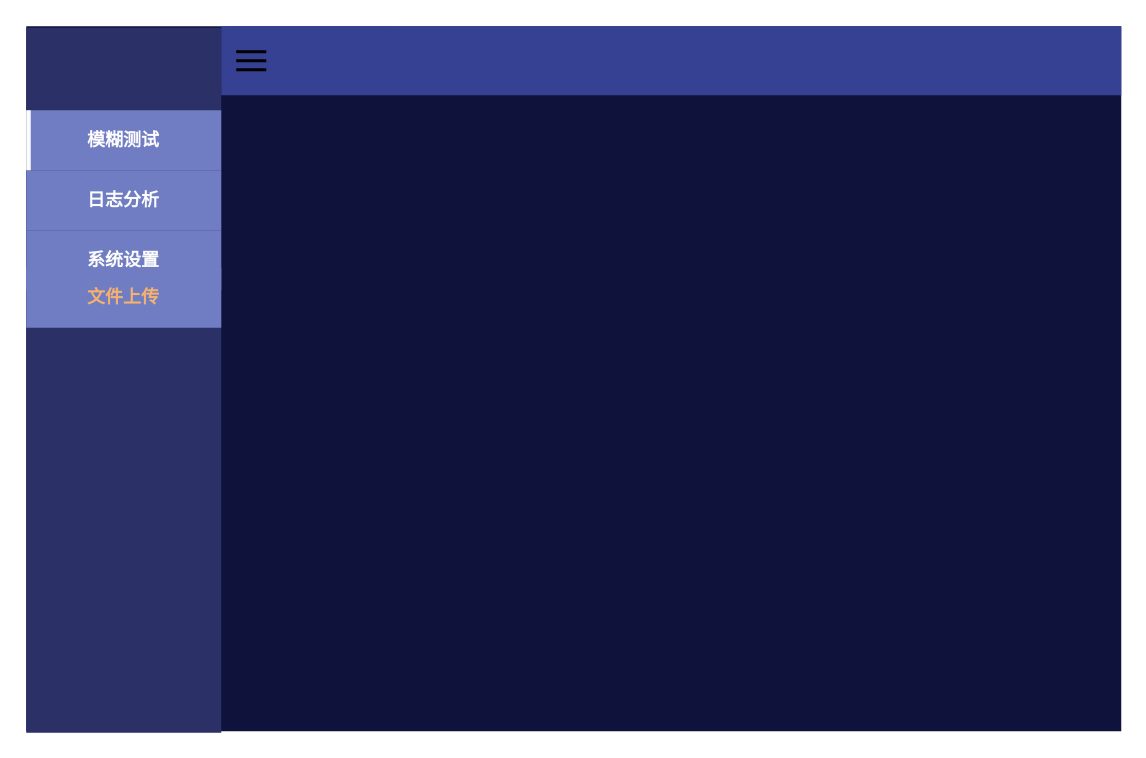
maoqifan1/drawio keeps this draw.io diagram as page "Page-5" (5 of 5) of src/Untitled Diagram.drawio. Above is the earlier version. Source tidied: cells renumbered, new cells numbered last; positions are measured from the earlier drawing's top-left corner, leaving out a move shared by most shapes. Both pictures are drawn from the tidied source at 150%, with x=0, y=0 at pixel (26, 26). Pictures stored in the file or linked from it are replaced by grey dashed boxes.
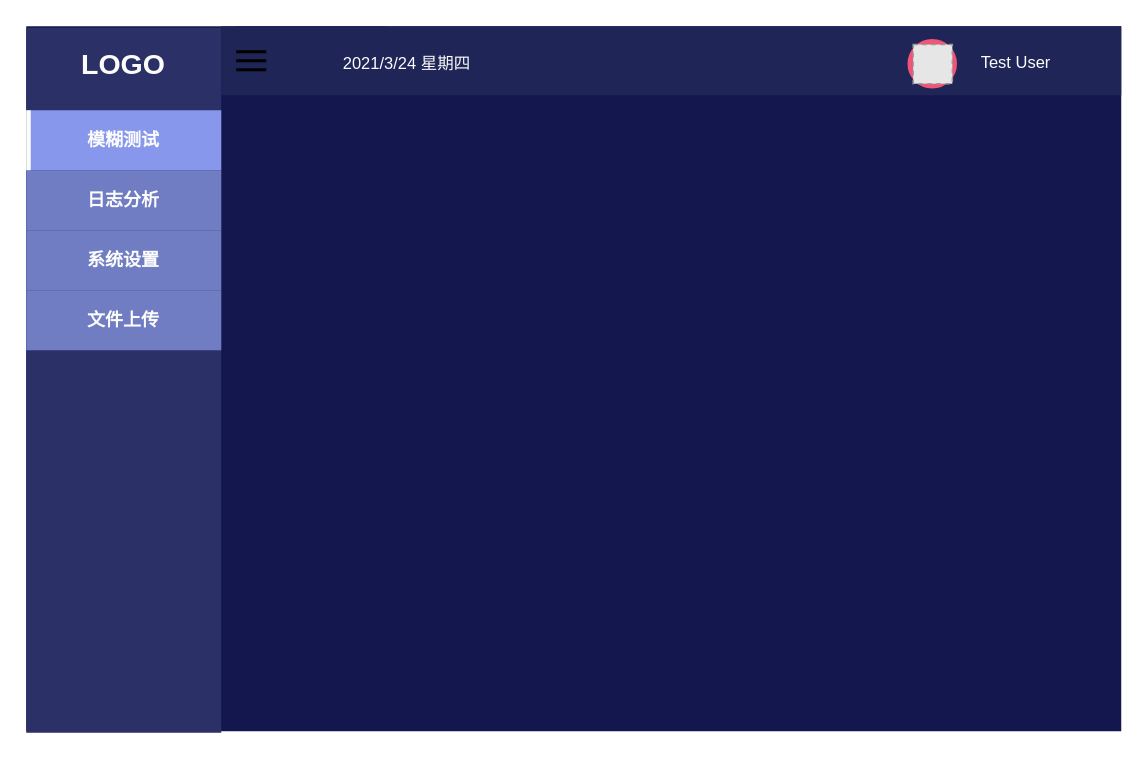
The same diagram, later.

The edit, as a diff of the source:
```diff
@@
-    <mxCell id="2" style="rounded=0;whiteSpace=wrap;html=1;fillColor=#0F123B;strokeColor=none;gradientColor=none;" parent="1" vertex="1">
+    <mxCell id="2" style="rounded=0;whiteSpace=wrap;html=1;fillColor=#14174D;strokeColor=none;gradientColor=none;sketch=0;" parent="1" vertex="1">
       <mxGeometry width="730" height="470" as="geometry" />
     </mxCell>
-    <mxCell id="3" style="rounded=0;whiteSpace=wrap;html=1;fillColor=#2B3067;strokeColor=none;" parent="1" vertex="1">
+    <mxCell id="3" style="rounded=1 0 0 1;whiteSpace=wrap;html=1;fillColor=#2B3067;strokeColor=none;" parent="1" vertex="1">
       <mxGeometry y="1" width="130" height="470" as="geometry" />
     </mxCell>
-    <mxCell id="4" style="rounded=0;whiteSpace=wrap;html=1;fillColor=#364193;strokeColor=none;" parent="1" vertex="1">
+    <mxCell id="4" style="rounded=0;whiteSpace=wrap;html=1;fillColor=#1F2556;strokeColor=none;" parent="1" vertex="1">
       <mxGeometry x="130" width="600" height="46" as="geometry" />
     </mxCell>
-    <mxCell id="5" style="rounded=0;whiteSpace=wrap;html=1;fillColor=#364193;strokeColor=none;" parent="1" vertex="1">
+    <mxCell id="5" style="rounded=0;whiteSpace=wrap;html=1;fillColor=#1F2556;strokeColor=none;" parent="1" vertex="1">
       <mxGeometry x="140" width="100" height="40" as="geometry" />
     </mxCell>
@@
-    <mxCell id="11" value="&lt;font&gt;模糊测试&lt;/font&gt;" style="rounded=0;whiteSpace=wrap;html=1;fillColor=#707DC2;strokeColor=none;fontStyle=1;fontColor=#FCFCFC;" parent="1" vertex="1">
+    <mxCell id="11" value="&lt;font&gt;模糊测试&lt;/font&gt;" style="rounded=0;whiteSpace=wrap;html=1;fillColor=#8797EB;strokeColor=none;fontStyle=1;fontColor=#FCFCFC;" parent="1" vertex="1">
       <mxGeometry y="56" width="130" height="40" as="geometry" />
     </mxCell>
@@
-    <mxCell id="14" value="&lt;font color=&quot;#f5b16d&quot;&gt;文件上传&lt;/font&gt;" style="rounded=0;whiteSpace=wrap;html=1;fillColor=#707DC2;strokeColor=none;fontStyle=1;" parent="1" vertex="1">
-      <mxGeometry y="161" width="130" height="40" as="geometry" />
+    <mxCell id="14" value="&lt;font color=&quot;#fcfcfc&quot;&gt;文件上传&lt;/font&gt;" style="rounded=0;whiteSpace=wrap;html=1;fillColor=#707DC2;strokeColor=none;fontStyle=1;" parent="1" vertex="1">
+      <mxGeometry y="176" width="130" height="40" as="geometry" />
     </mxCell>
@@
+    <mxCell id="16" value="&lt;b&gt;&lt;font style=&quot;font-size: 19px&quot;&gt;LOGO&lt;/font&gt;&lt;/b&gt;" style="text;html=1;strokeColor=none;fillColor=none;align=center;verticalAlign=middle;whiteSpace=wrap;rounded=0;fontColor=#FCFCFC;" parent="1" vertex="1">
+      <mxGeometry x="35" y="11" width="60" height="30" as="geometry" />
+    </mxCell>
+    <mxCell id="17" value="&lt;font style=&quot;font-size: 11px&quot;&gt;Test User&lt;/font&gt;" style="text;html=1;strokeColor=none;fillColor=none;align=center;verticalAlign=middle;whiteSpace=wrap;rounded=0;fontSize=19;fontColor=#FCFCFC;" parent="1" vertex="1">
+      <mxGeometry x="630" y="7" width="60" height="30" as="geometry" />
+    </mxCell>
+    <mxCell id="18" style="group;" parent="1" vertex="1">
+      <mxGeometry x="590" y="11" width="30" height="28" as="geometry" />
+    </mxCell>
+    <mxCell id="19" style="ellipse;whiteSpace=wrap;html=1;fontSize=19;fontColor=#FCFCFC;strokeColor=#E57;strokeWidth=5;" parent="18" vertex="1">
+      <mxGeometry width="28" height="28" as="geometry" />
+    </mxCell>
+    <mxCell id="20" style="fillColor=#E6E6E6;strokeColor=#999999;dashed=1;verticalLabelPosition=bottom;labelBackgroundColor=default;verticalAlign=top;" parent="18" vertex="1">
+      <mxGeometry x="1.3" y="1.2" width="26.1" height="26.1" as="geometry" />
+    </mxCell>
+    <mxCell id="21" value="&lt;font style=&quot;line-height: 1.2 ; font-size: 11px&quot;&gt;2021/3/24 星期四&lt;/font&gt;" style="text;html=1;strokeColor=none;fillColor=none;align=center;verticalAlign=middle;whiteSpace=wrap;rounded=0;fontSize=5;fontColor=#FCFCFC;" parent="1" vertex="1">
+      <mxGeometry x="199" y="10" width="110" height="30" as="geometry" />
+    </mxCell>
```
